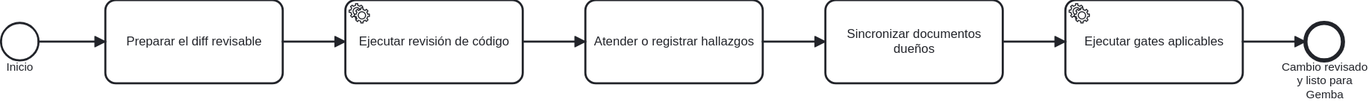
Earlier version of the BPMN export docs/atlas/render/14-revision-as-is.svg (ArmandoMedina/jidoka). Its source is kept beside it as docs/atlas/10-ritual/14-revision-as-is.bpmn. Ids are renumbered.
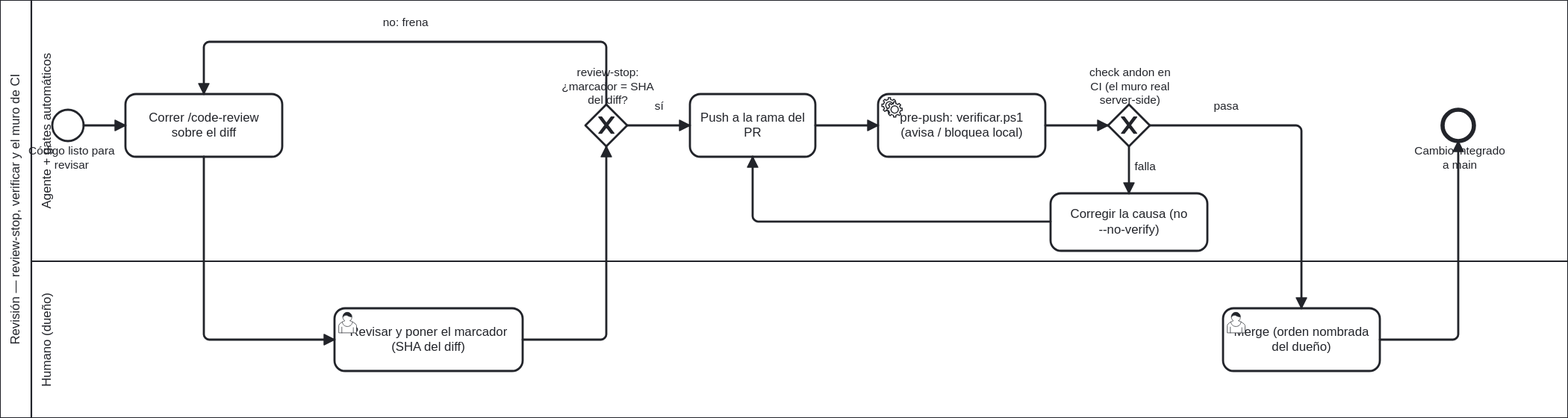
After the commit.

Diff of the diagram source:
```diff
@@ -1,85 +1,174 @@
-<bpmn:definitions xmlns:bpmn="http://www.omg.org/spec/BPMN/20100524/MODEL" xmlns:bpmndi="http://www.omg.org/spec/BPMN/20100524/DI" xmlns:dc="http://www.omg.org/spec/DD/20100524/DC" xmlns:di="http://www.omg.org/spec/DD/20100524/DI" xmlns:xsi="http://www.w3.org/2001/XMLSchema-instance" id="Definitions_14_Revisar" targetNamespace="https://github.com/ArmandoMedina/jidoka/process-atlas" exporter="OpenAI BPMN Atlas Generator" exporterVersion="0.2" xmlns:modeler="http://camunda.org/schema/modeler/1.0" modeler:executionPlatform="Camunda Platform" modeler:executionPlatformVersion="7.18.0">
-  <bpmn:process id="Process_Revisar" name="Revisar el cambio con robots y gates" isExecutable="false">
-    <bpmn:documentation>Fuente: review-stop, verificar.ps1 y CI</bpmn:documentation>
-    <bpmn:startEvent id="Start" name="Inicio">
-      <bpmn:outgoing>F_Start_Task_Diff</bpmn:outgoing>
+<bpmn:definitions xmlns:bpmn="http://www.omg.org/spec/BPMN/20100524/MODEL" xmlns:bpmndi="http://www.omg.org/spec/BPMN/20100524/DI" xmlns:dc="http://www.omg.org/spec/DD/20100524/DC" xmlns:di="http://www.omg.org/spec/DD/20100524/DI" xmlns:xsi="http://www.w3.org/2001/XMLSchema-instance" id="Definitions_14_Revisar" targetNamespace="https://github.com/ArmandoMedina/jidoka/process-atlas" exporter="Jidoka Atlas" exporterVersion="0.3" xmlns:modeler="http://camunda.org/schema/modeler/1.0" modeler:executionPlatform="Camunda Platform" modeler:executionPlatformVersion="7.18.0">
+  <bpmn:collaboration id="Collab_Revisar">
+    <bpmn:participant id="Pool_Revisar" name="Revisión — review-stop, verificar y el muro de CI" processRef="Process_Revisar"/>
+  </bpmn:collaboration>
+  <bpmn:process id="Process_Revisar" name="Revisión: el muro real es el check server-side" isExecutable="false">
+    <bpmn:documentation>Fuente: review-stop (.claude/hooks), tools/verificar.ps1 y el CI (andon.yml). Carriles: el Agente revisa y sube; el Humano pone el marcador y mergea con orden nombrada.</bpmn:documentation>
+    <bpmn:laneSet id="LaneSet_Revisar">
+      <bpmn:lane id="Lane_Agente" name="Agente + gates automáticos">
+        <bpmn:flowNodeRef>Start</bpmn:flowNodeRef>
+        <bpmn:flowNodeRef>T_CodeReview</bpmn:flowNodeRef>
+        <bpmn:flowNodeRef>Gw_Marcador</bpmn:flowNodeRef>
+        <bpmn:flowNodeRef>T_Push</bpmn:flowNodeRef>
+        <bpmn:flowNodeRef>T_Prepush</bpmn:flowNodeRef>
+        <bpmn:flowNodeRef>Gw_CI</bpmn:flowNodeRef>
+        <bpmn:flowNodeRef>T_Corregir</bpmn:flowNodeRef>
+        <bpmn:flowNodeRef>End</bpmn:flowNodeRef>
+      </bpmn:lane>
+      <bpmn:lane id="Lane_Humano" name="Humano (dueño)">
+        <bpmn:flowNodeRef>U_Marcador</bpmn:flowNodeRef>
+        <bpmn:flowNodeRef>U_Merge</bpmn:flowNodeRef>
+      </bpmn:lane>
+    </bpmn:laneSet>
+    <bpmn:startEvent id="Start" name="Código listo para revisar">
+      <bpmn:outgoing>f1</bpmn:outgoing>
     </bpmn:startEvent>
-    <bpmn:task id="Task_Diff" name="Preparar el diff revisable">
-      <bpmn:incoming>F_Start_Task_Diff</bpmn:incoming>
-      <bpmn:outgoing>F_Task_Diff_Task_CodeReview</bpmn:outgoing>
+    <bpmn:task id="T_CodeReview" name="Correr /code-review sobre el diff">
+      <bpmn:incoming>f1</bpmn:incoming>
+      <bpmn:incoming>f_frena</bpmn:incoming>
+      <bpmn:outgoing>f2</bpmn:outgoing>
     </bpmn:task>
-    <bpmn:sequenceFlow id="F_Start_Task_Diff" sourceRef="Start" targetRef="Task_Diff"/>
-    <bpmn:serviceTask id="Task_CodeReview" name="Ejecutar revisión de código">
-      <bpmn:incoming>F_Task_Diff_Task_CodeReview</bpmn:incoming>
-      <bpmn:outgoing>F_Task_CodeReview_Task_Hallazgos</bpmn:outgoing>
+    <bpmn:userTask id="U_Marcador" name="Revisar y poner el marcador (SHA del diff)">
+      <bpmn:incoming>f2</bpmn:incoming>
+      <bpmn:outgoing>f_marc_gw</bpmn:outgoing>
+    </bpmn:userTask>
+    <bpmn:exclusiveGateway id="Gw_Marcador" name="review-stop: ¿marcador = SHA del diff?">
+      <bpmn:incoming>f_marc_gw</bpmn:incoming>
+      <bpmn:outgoing>f_frena</bpmn:outgoing>
+      <bpmn:outgoing>f_pasa_marc</bpmn:outgoing>
+    </bpmn:exclusiveGateway>
+    <bpmn:task id="T_Push" name="Push a la rama del PR">
+      <bpmn:incoming>f_pasa_marc</bpmn:incoming>
+      <bpmn:incoming>f_corr_push</bpmn:incoming>
+      <bpmn:outgoing>f_push_pre</bpmn:outgoing>
+    </bpmn:task>
+    <bpmn:serviceTask id="T_Prepush" name="pre-push: verificar.ps1 (avisa / bloquea local)">
+      <bpmn:incoming>f_push_pre</bpmn:incoming>
+      <bpmn:outgoing>f_pre_ci</bpmn:outgoing>
     </bpmn:serviceTask>
-    <bpmn:sequenceFlow id="F_Task_Diff_Task_CodeReview" sourceRef="Task_Diff" targetRef="Task_CodeReview"/>
-    <bpmn:task id="Task_Hallazgos" name="Atender o registrar hallazgos">
-      <bpmn:incoming>F_Task_CodeReview_Task_Hallazgos</bpmn:incoming>
-      <bpmn:outgoing>F_Task_Hallazgos_Task_Docs</bpmn:outgoing>
+    <bpmn:exclusiveGateway id="Gw_CI" name="check andon en CI (el muro real server-side)">
+      <bpmn:incoming>f_pre_ci</bpmn:incoming>
+      <bpmn:outgoing>f_falla</bpmn:outgoing>
+      <bpmn:outgoing>f_pasa_ci</bpmn:outgoing>
+    </bpmn:exclusiveGateway>
+    <bpmn:task id="T_Corregir" name="Corregir la causa (no --no-verify)">
+      <bpmn:incoming>f_falla</bpmn:incoming>
+      <bpmn:outgoing>f_corr_push</bpmn:outgoing>
     </bpmn:task>
-    <bpmn:sequenceFlow id="F_Task_CodeReview_Task_Hallazgos" sourceRef="Task_CodeReview" targetRef="Task_Hallazgos"/>
-    <bpmn:task id="Task_Docs" name="Sincronizar documentos dueños">
-      <bpmn:incoming>F_Task_Hallazgos_Task_Docs</bpmn:incoming>
-      <bpmn:outgoing>F_Task_Docs_Task_Gates</bpmn:outgoing>
-    </bpmn:task>
-    <bpmn:sequenceFlow id="F_Task_Hallazgos_Task_Docs" sourceRef="Task_Hallazgos" targetRef="Task_Docs"/>
-    <bpmn:serviceTask id="Task_Gates" name="Ejecutar gates aplicables">
-      <bpmn:incoming>F_Task_Docs_Task_Gates</bpmn:incoming>
-      <bpmn:outgoing>F_Task_Gates_End</bpmn:outgoing>
-    </bpmn:serviceTask>
-    <bpmn:sequenceFlow id="F_Task_Docs_Task_Gates" sourceRef="Task_Docs" targetRef="Task_Gates"/>
-    <bpmn:endEvent id="End" name="Cambio revisado y listo para Gemba">
-      <bpmn:incoming>F_Task_Gates_End</bpmn:incoming>
+    <bpmn:userTask id="U_Merge" name="Merge (orden nombrada del dueño)">
+      <bpmn:incoming>f_pasa_ci</bpmn:incoming>
+      <bpmn:outgoing>f_merge_end</bpmn:outgoing>
+    </bpmn:userTask>
+    <bpmn:endEvent id="End" name="Cambio integrado a main">
+      <bpmn:incoming>f_merge_end</bpmn:incoming>
     </bpmn:endEvent>
-    <bpmn:sequenceFlow id="F_Task_Gates_End" sourceRef="Task_Gates" targetRef="End"/>
+    <bpmn:sequenceFlow id="f1" sourceRef="Start" targetRef="T_CodeReview"/>
+    <bpmn:sequenceFlow id="f2" sourceRef="T_CodeReview" targetRef="U_Marcador"/>
+    <bpmn:sequenceFlow id="f_marc_gw" sourceRef="U_Marcador" targetRef="Gw_Marcador"/>
+    <bpmn:sequenceFlow id="f_frena" name="no: frena" sourceRef="Gw_Marcador" targetRef="T_CodeReview"/>
+    <bpmn:sequenceFlow id="f_pasa_marc" name="sí" sourceRef="Gw_Marcador" targetRef="T_Push"/>
+    <bpmn:sequenceFlow id="f_push_pre" sourceRef="T_Push" targetRef="T_Prepush"/>
+    <bpmn:sequenceFlow id="f_pre_ci" sourceRef="T_Prepush" targetRef="Gw_CI"/>
+    <bpmn:sequenceFlow id="f_falla" name="falla" sourceRef="Gw_CI" targetRef="T_Corregir"/>
+    <bpmn:sequenceFlow id="f_corr_push" sourceRef="T_Corregir" targetRef="T_Push"/>
+    <bpmn:sequenceFlow id="f_pasa_ci" name="pasa" sourceRef="Gw_CI" targetRef="U_Merge"/>
+    <bpmn:sequenceFlow id="f_merge_end" sourceRef="U_Merge" targetRef="End"/>
   </bpmn:process>
   <bpmndi:BPMNDiagram id="Diagram_14_Revisar">
-    <bpmndi:BPMNPlane id="Plane_Diagram_14_Revisar" bpmnElement="Process_Revisar">
-      <bpmndi:BPMNShape id="Shape_Start" bpmnElement="Start">
-        <dc:Bounds x="80" y="220" width="36" height="36"/>
+    <bpmndi:BPMNPlane id="Plane_14_Revisar" bpmnElement="Collab_Revisar">
+      <bpmndi:BPMNShape id="S_Pool" bpmnElement="Pool_Revisar" isHorizontal="true">
+        <dc:Bounds x="160" y="80" width="1500" height="400"/>
       </bpmndi:BPMNShape>
-      <bpmndi:BPMNShape id="Shape_Task_Diff" bpmnElement="Task_Diff">
-        <dc:Bounds x="180" y="198" width="170" height="80"/>
+      <bpmndi:BPMNShape id="S_LaneA" bpmnElement="Lane_Agente" isHorizontal="true">
+        <dc:Bounds x="190" y="80" width="1470" height="250"/>
       </bpmndi:BPMNShape>
-      <bpmndi:BPMNEdge id="Edge_F_Start_Task_Diff" bpmnElement="F_Start_Task_Diff">
-        <di:waypoint x="116" y="238"/>
-        <di:waypoint x="180" y="238"/>
+      <bpmndi:BPMNShape id="S_LaneH" bpmnElement="Lane_Humano" isHorizontal="true">
+        <dc:Bounds x="190" y="330" width="1470" height="150"/>
+      </bpmndi:BPMNShape>
+      <bpmndi:BPMNShape id="S_Start" bpmnElement="Start">
+        <dc:Bounds x="210" y="185" width="30" height="30"/>
+        <bpmndi:BPMNLabel><dc:Bounds x="188" y="218" width="80" height="27"/></bpmndi:BPMNLabel>
+      </bpmndi:BPMNShape>
+      <bpmndi:BPMNShape id="S_TCodeReview" bpmnElement="T_CodeReview">
+        <dc:Bounds x="280" y="170" width="150" height="60"/>
+      </bpmndi:BPMNShape>
+      <bpmndi:BPMNShape id="S_UMarcador" bpmnElement="U_Marcador">
+        <dc:Bounds x="480" y="375" width="180" height="60"/>
+      </bpmndi:BPMNShape>
+      <bpmndi:BPMNShape id="S_GwMarcador" bpmnElement="Gw_Marcador" isMarkerVisible="true">
+        <dc:Bounds x="720" y="180" width="40" height="40"/>
+        <bpmndi:BPMNLabel><dc:Bounds x="700" y="143" width="82" height="27"/></bpmndi:BPMNLabel>
+      </bpmndi:BPMNShape>
+      <bpmndi:BPMNShape id="S_TPush" bpmnElement="T_Push">
+        <dc:Bounds x="820" y="170" width="120" height="60"/>
+      </bpmndi:BPMNShape>
+      <bpmndi:BPMNShape id="S_TPrepush" bpmnElement="T_Prepush">
+        <dc:Bounds x="1000" y="170" width="160" height="60"/>
+      </bpmndi:BPMNShape>
+      <bpmndi:BPMNShape id="S_GwCI" bpmnElement="Gw_CI" isMarkerVisible="true">
+        <dc:Bounds x="1220" y="180" width="40" height="40"/>
+        <bpmndi:BPMNLabel><dc:Bounds x="1200" y="143" width="82" height="27"/></bpmndi:BPMNLabel>
+      </bpmndi:BPMNShape>
+      <bpmndi:BPMNShape id="S_TCorregir" bpmnElement="T_Corregir">
+        <dc:Bounds x="1165" y="265" width="150" height="55"/>
+      </bpmndi:BPMNShape>
+      <bpmndi:BPMNShape id="S_UMerge" bpmnElement="U_Merge">
+        <dc:Bounds x="1330" y="375" width="150" height="60"/>
+      </bpmndi:BPMNShape>
+      <bpmndi:BPMNShape id="S_End" bpmnElement="End">
+        <dc:Bounds x="1540" y="185" width="30" height="30"/>
+        <bpmndi:BPMNLabel><dc:Bounds x="1515" y="218" width="82" height="27"/></bpmndi:BPMNLabel>
+      </bpmndi:BPMNShape>
+      <bpmndi:BPMNEdge id="E_f1" bpmnElement="f1">
+        <di:waypoint x="240" y="200"/>
+        <di:waypoint x="280" y="200"/>
       </bpmndi:BPMNEdge>
-      <bpmndi:BPMNShape id="Shape_Task_CodeReview" bpmnElement="Task_CodeReview">
-        <dc:Bounds x="410" y="198" width="170" height="80"/>
-      </bpmndi:BPMNShape>
-      <bpmndi:BPMNEdge id="Edge_F_Task_Diff_Task_CodeReview" bpmnElement="F_Task_Diff_Task_CodeReview">
-        <di:waypoint x="350" y="238"/>
-        <di:waypoint x="410" y="238"/>
+      <bpmndi:BPMNEdge id="E_f2" bpmnElement="f2">
+        <di:waypoint x="355" y="230"/>
+        <di:waypoint x="355" y="405"/>
+        <di:waypoint x="480" y="405"/>
       </bpmndi:BPMNEdge>
-      <bpmndi:BPMNShape id="Shape_Task_Hallazgos" bpmnElement="Task_Hallazgos">
-        <dc:Bounds x="640" y="198" width="170" height="80"/>
-      </bpmndi:BPMNShape>
-      <bpmndi:BPMNEdge id="Edge_F_Task_CodeReview_Task_Hallazgos" bpmnElement="F_Task_CodeReview_Task_Hallazgos">
-        <di:waypoint x="580" y="238"/>
-        <di:waypoint x="640" y="238"/>
+      <bpmndi:BPMNEdge id="E_f_marc_gw" bpmnElement="f_marc_gw">
+        <di:waypoint x="660" y="405"/>
+        <di:waypoint x="740" y="405"/>
+        <di:waypoint x="740" y="220"/>
       </bpmndi:BPMNEdge>
-      <bpmndi:BPMNShape id="Shape_Task_Docs" bpmnElement="Task_Docs">
-        <dc:Bounds x="870" y="198" width="170" height="80"/>
-      </bpmndi:BPMNShape>
-      <bpmndi:BPMNEdge id="Edge_F_Task_Hallazgos_Task_Docs" bpmnElement="F_Task_Hallazgos_Task_Docs">
-        <di:waypoint x="810" y="238"/>
-        <di:waypoint x="870" y="238"/>
+      <bpmndi:BPMNEdge id="E_f_frena" bpmnElement="f_frena">
+        <di:waypoint x="740" y="180"/>
+        <di:waypoint x="740" y="120"/>
+        <di:waypoint x="355" y="120"/>
+        <di:waypoint x="355" y="170"/>
       </bpmndi:BPMNEdge>
-      <bpmndi:BPMNShape id="Shape_Task_Gates" bpmnElement="Task_Gates">
-        <dc:Bounds x="1100" y="198" width="170" height="80"/>
-      </bpmndi:BPMNShape>
-      <bpmndi:BPMNEdge id="Edge_F_Task_Docs_Task_Gates" bpmnElement="F_Task_Docs_Task_Gates">
-        <di:waypoint x="1040" y="238"/>
-        <di:waypoint x="1100" y="238"/>
+      <bpmndi:BPMNEdge id="E_f_pasa_marc" bpmnElement="f_pasa_marc">
+        <di:waypoint x="760" y="200"/>
+        <di:waypoint x="820" y="200"/>
       </bpmndi:BPMNEdge>
-      <bpmndi:BPMNShape id="Shape_End" bpmnElement="End">
-        <dc:Bounds x="1330" y="220" width="36" height="36"/>
-      </bpmndi:BPMNShape>
-      <bpmndi:BPMNEdge id="Edge_F_Task_Gates_End" bpmnElement="F_Task_Gates_End">
-        <di:waypoint x="1270" y="238"/>
-        <di:waypoint x="1330" y="238"/>
+      <bpmndi:BPMNEdge id="E_f_push_pre" bpmnElement="f_push_pre">
+        <di:waypoint x="940" y="200"/>
+        <di:waypoint x="1000" y="200"/>
+      </bpmndi:BPMNEdge>
+      <bpmndi:BPMNEdge id="E_f_pre_ci" bpmnElement="f_pre_ci">
+        <di:waypoint x="1160" y="200"/>
+        <di:waypoint x="1220" y="200"/>
+      </bpmndi:BPMNEdge>
+      <bpmndi:BPMNEdge id="E_f_falla" bpmnElement="f_falla">
+        <di:waypoint x="1240" y="220"/>
+        <di:waypoint x="1240" y="265"/>
+      </bpmndi:BPMNEdge>
+      <bpmndi:BPMNEdge id="E_f_corr_push" bpmnElement="f_corr_push">
+        <di:waypoint x="1165" y="292"/>
+        <di:waypoint x="880" y="292"/>
+        <di:waypoint x="880" y="230"/>
+      </bpmndi:BPMNEdge>
+      <bpmndi:BPMNEdge id="E_f_pasa_ci" bpmnElement="f_pasa_ci">
+        <di:waypoint x="1260" y="200"/>
+        <di:waypoint x="1405" y="200"/>
+        <di:waypoint x="1405" y="375"/>
+      </bpmndi:BPMNEdge>
+      <bpmndi:BPMNEdge id="E_f_merge_end" bpmnElement="f_merge_end">
+        <di:waypoint x="1480" y="405"/>
+        <di:waypoint x="1555" y="405"/>
+        <di:waypoint x="1555" y="215"/>
       </bpmndi:BPMNEdge>
     </bpmndi:BPMNPlane>
   </bpmndi:BPMNDiagram>
```
